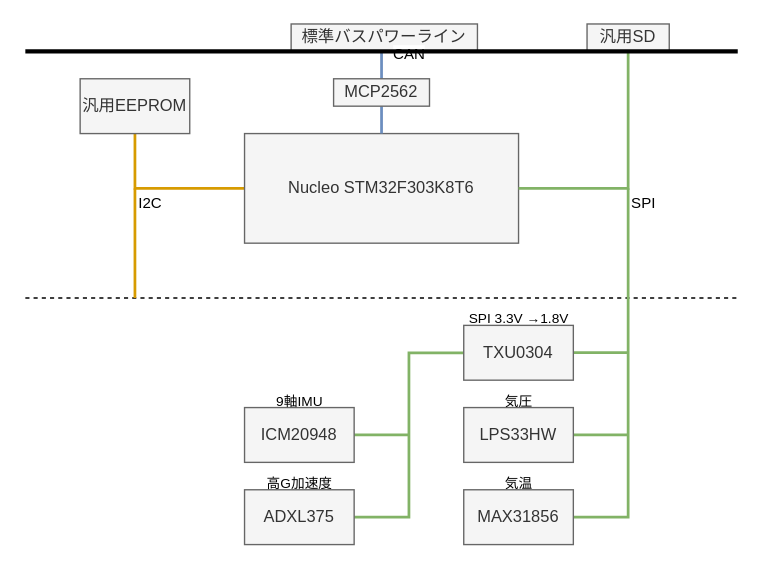
Before: Projects/Drawio/SensingModule/SensingModule.drawio in tokai-student-rocket-project/H-58-Avionics, a draw.io diagram. Source tidied: cells renumbered, new cells numbered last; positions are measured from the earlier drawing's top-left corner, leaving out a move shared by most shapes. Both pictures are drawn from the tidied source at 137%, with x=0, y=0 at pixel (25, 23).
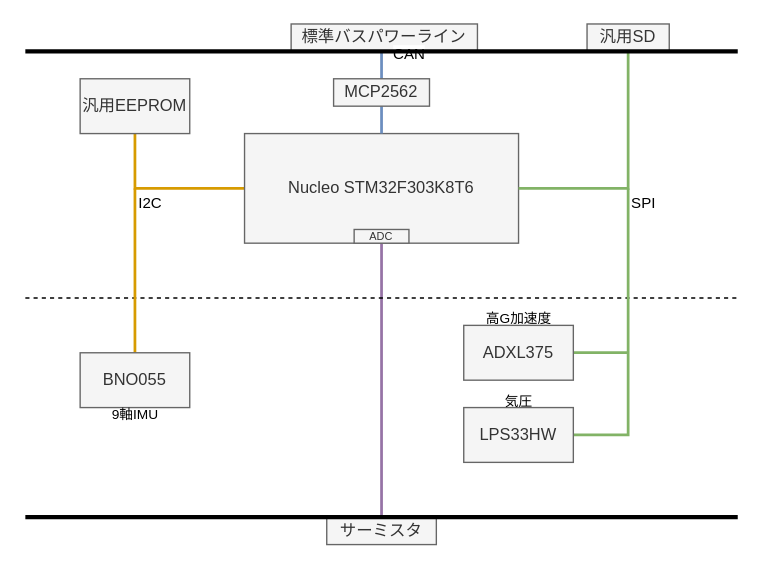
The same diagram, later.

Commit message (it also covers changes not shown here):
計測モジュールのブロック図をBNOを使った物に変更

Unchanged cells that the change refers to:
```xml
<mxCell id="20" value="LPS33HW" style="rounded=0;whiteSpace=wrap;html=1;fillColor=#f5f5f5;fontColor=#333333;strokeColor=#666666;" parent="1" vertex="1">
  <mxGeometry x="320" y="280" width="80" height="40" as="geometry" />
</mxCell>
```

Diff of the diagram source:
```diff
@@
+    <mxCell id="32" style="endArrow=none;html=1;rounded=0;strokeWidth=2;fillColor=#e1d5e7;strokeColor=#9673a6;exitX=0.5;exitY=1;exitDx=0;exitDy=0;" parent="1" edge="1" source="35">
+      <mxGeometry relative="1" as="geometry">
+        <mxPoint x="260" y="360" as="targetPoint" />
+      </mxGeometry>
+    </mxCell>
@@
     <mxCell id="14" style="endArrow=none;html=1;rounded=0;fillColor=#ffe6cc;strokeColor=#d79b00;strokeWidth=2;" parent="1" edge="1">
       <mxGeometry relative="1" as="geometry">
-        <mxPoint x="80" y="200" as="sourcePoint" />
+        <mxPoint x="80" y="240" as="sourcePoint" />
         <mxPoint x="80" y="120" as="targetPoint" />
       </mxGeometry>
     </mxCell>
-    <mxCell id="15" style="endArrow=none;html=1;rounded=0;strokeWidth=2;fillColor=#d5e8d4;strokeColor=#82b366;" parent="1" edge="1">
+    <mxCell id="15" style="endArrow=none;html=1;rounded=0;strokeWidth=2;fillColor=#d5e8d4;strokeColor=#82b366;exitX=1;exitY=0.5;exitDx=0;exitDy=0;" parent="1" edge="1" source="20">
       <mxGeometry relative="1" as="geometry">
-        <mxPoint x="440" y="200" as="sourcePoint" />
         <mxPoint x="440" y="120" as="targetPoint" />
+        <Array as="points">
+          <mxPoint x="440" y="300" />
+        </Array>
       </mxGeometry>
     </mxCell>
@@
-    <mxCell id="17" style="endArrow=none;html=1;rounded=0;exitX=1;exitY=0.5;exitDx=0;exitDy=0;fillColor=#d5e8d4;strokeColor=#82b366;strokeWidth=2;" parent="1" edge="1" source="21">
-      <mxGeometry relative="1" as="geometry">
-        <mxPoint x="440" y="200" as="targetPoint" />
-        <Array as="points">
-          <mxPoint x="440" y="360" />
-        </Array>
-      </mxGeometry>
-    </mxCell>
-    <mxCell id="18" style="endArrow=none;html=1;rounded=0;strokeWidth=2;fillColor=#d5e8d4;strokeColor=#82b366;" parent="1" edge="1">
-      <mxGeometry relative="1" as="geometry">
-        <mxPoint x="400" y="300" as="sourcePoint" />
-        <mxPoint x="440" y="300" as="targetPoint" />
-      </mxGeometry>
-    </mxCell>
@@
-    <mxCell id="21" value="MAX31856" style="rounded=0;whiteSpace=wrap;html=1;fillColor=#f5f5f5;fontColor=#333333;strokeColor=#666666;" parent="1" vertex="1">
-      <mxGeometry x="320" y="340" width="80" height="40" as="geometry" />
-    </mxCell>
-    <mxCell id="22" style="endArrow=none;html=1;rounded=0;strokeWidth=2;exitX=1;exitY=0.5;exitDx=0;exitDy=0;fillColor=#d5e8d4;strokeColor=#82b366;" parent="1" edge="1" source="25">
-      <mxGeometry relative="1" as="geometry">
-        <mxPoint x="320" y="240" as="targetPoint" />
-        <Array as="points">
-          <mxPoint x="280" y="360" />
-          <mxPoint x="280" y="240" />
-        </Array>
-      </mxGeometry>
-    </mxCell>
-    <mxCell id="23" style="endArrow=none;html=1;rounded=0;strokeWidth=2;fillColor=#d5e8d4;strokeColor=#82b366;" parent="1" edge="1">
-      <mxGeometry relative="1" as="geometry">
-        <mxPoint x="240" y="300" as="sourcePoint" />
-        <mxPoint x="280" y="300" as="targetPoint" />
-      </mxGeometry>
-    </mxCell>
-    <mxCell id="24" value="ICM20948" style="rounded=0;whiteSpace=wrap;html=1;fillColor=#f5f5f5;strokeColor=#666666;fontColor=#333333;" parent="1" vertex="1">
-      <mxGeometry x="160" y="280" width="80" height="40" as="geometry" />
+    <mxCell id="24" value="BNO055" style="rounded=0;whiteSpace=wrap;html=1;fillColor=#f5f5f5;strokeColor=#666666;fontColor=#333333;" parent="1" vertex="1">
+      <mxGeometry x="40" y="240" width="80" height="40" as="geometry" />
     </mxCell>
     <mxCell id="25" value="ADXL375" style="rounded=0;whiteSpace=wrap;html=1;fillColor=#f5f5f5;fontColor=#333333;strokeColor=#666666;" parent="1" vertex="1">
-      <mxGeometry x="160" y="340" width="80" height="40" as="geometry" />
+      <mxGeometry x="320" y="220" width="80" height="40" as="geometry" />
     </mxCell>
-    <mxCell id="26" value="TXU0304" style="rounded=0;whiteSpace=wrap;html=1;fillColor=#f5f5f5;fontColor=#333333;strokeColor=#666666;" parent="1" vertex="1">
-      <mxGeometry x="320" y="220" width="80" height="40" as="geometry" />
-    </mxCell>
-    <mxCell id="27" value="SPI 3.3V →1.8V" style="text;html=1;strokeColor=none;fillColor=none;align=center;verticalAlign=middle;whiteSpace=wrap;rounded=0;fontSize=10;" parent="1" vertex="1">
-      <mxGeometry x="313.8" y="210" width="92.5" height="10" as="geometry" />
-    </mxCell>
@@
-    <mxCell id="29" value="気温" style="text;html=1;strokeColor=none;fillColor=none;align=center;verticalAlign=middle;whiteSpace=wrap;rounded=0;fontSize=10;" parent="1" vertex="1">
-      <mxGeometry x="313.8" y="330" width="92.5" height="10" as="geometry" />
-    </mxCell>
     <mxCell id="30" value="9軸IMU" style="text;html=1;strokeColor=none;fillColor=none;align=center;verticalAlign=middle;whiteSpace=wrap;rounded=0;fontSize=10;" parent="1" vertex="1">
-      <mxGeometry x="153.8" y="270" width="92.5" height="10" as="geometry" />
+      <mxGeometry x="33.8" y="280" width="92.5" height="10" as="geometry" />
     </mxCell>
     <mxCell id="31" value="高G加速度" style="text;html=1;strokeColor=none;fillColor=none;align=center;verticalAlign=middle;whiteSpace=wrap;rounded=0;fontSize=10;" parent="1" vertex="1">
-      <mxGeometry x="153.8" y="330" width="92.5" height="10" as="geometry" />
+      <mxGeometry x="313.8" y="210" width="92.5" height="10" as="geometry" />
     </mxCell>
+    <mxCell id="33" value="サーミスタ" style="rounded=0;whiteSpace=wrap;html=1;fillColor=#f5f5f5;fontColor=#333333;strokeColor=#666666;" parent="1" vertex="1">
+      <mxGeometry x="220" y="360" width="80" height="20" as="geometry" />
+    </mxCell>
+    <mxCell id="34" style="endArrow=none;html=1;rounded=0;strokeWidth=3;" parent="1" edge="1">
+      <mxGeometry relative="1" as="geometry">
+        <mxPoint y="360" as="sourcePoint" />
+        <mxPoint x="520" y="360" as="targetPoint" />
+      </mxGeometry>
+    </mxCell>
+    <mxCell id="35" value="ADC" style="rounded=0;whiteSpace=wrap;html=1;fillColor=#f5f5f5;fontColor=#333333;strokeColor=#666666;fontSize=8;" parent="1" vertex="1">
+      <mxGeometry x="240" y="150" width="40" height="10" as="geometry" />
+    </mxCell>
```
